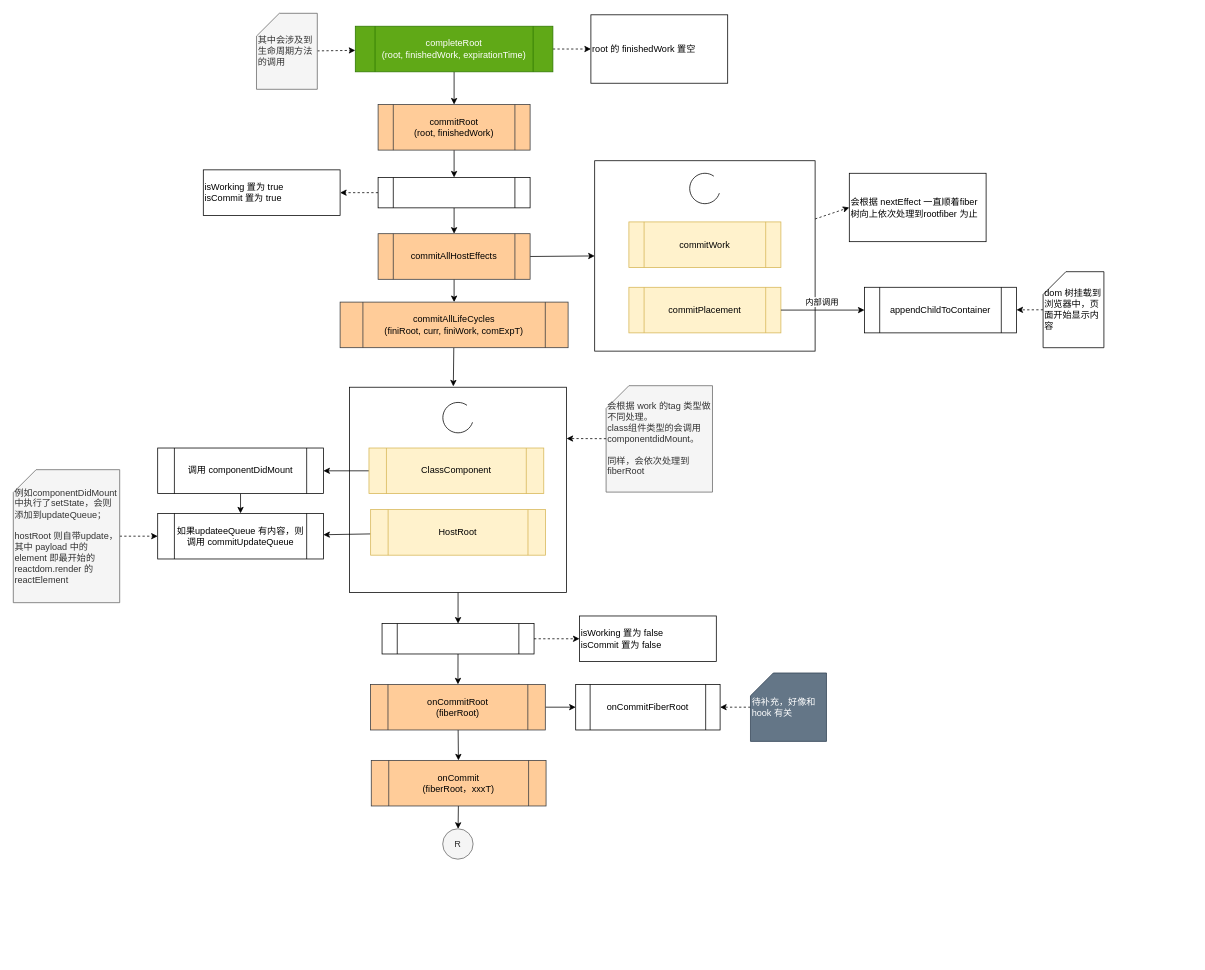
Above: page "completeRoot" (4 of 9) of react/example03/flow.drawio in ZhiCYue/draw.io (draw.io), before the change. Source tidied: cells renumbered, new cells numbered last; positions are measured from the earlier drawing's top-left corner, leaving out a move shared by most shapes. Both pictures are drawn from the tidied source at 76%, with x=0, y=0 at pixel (13, 13).
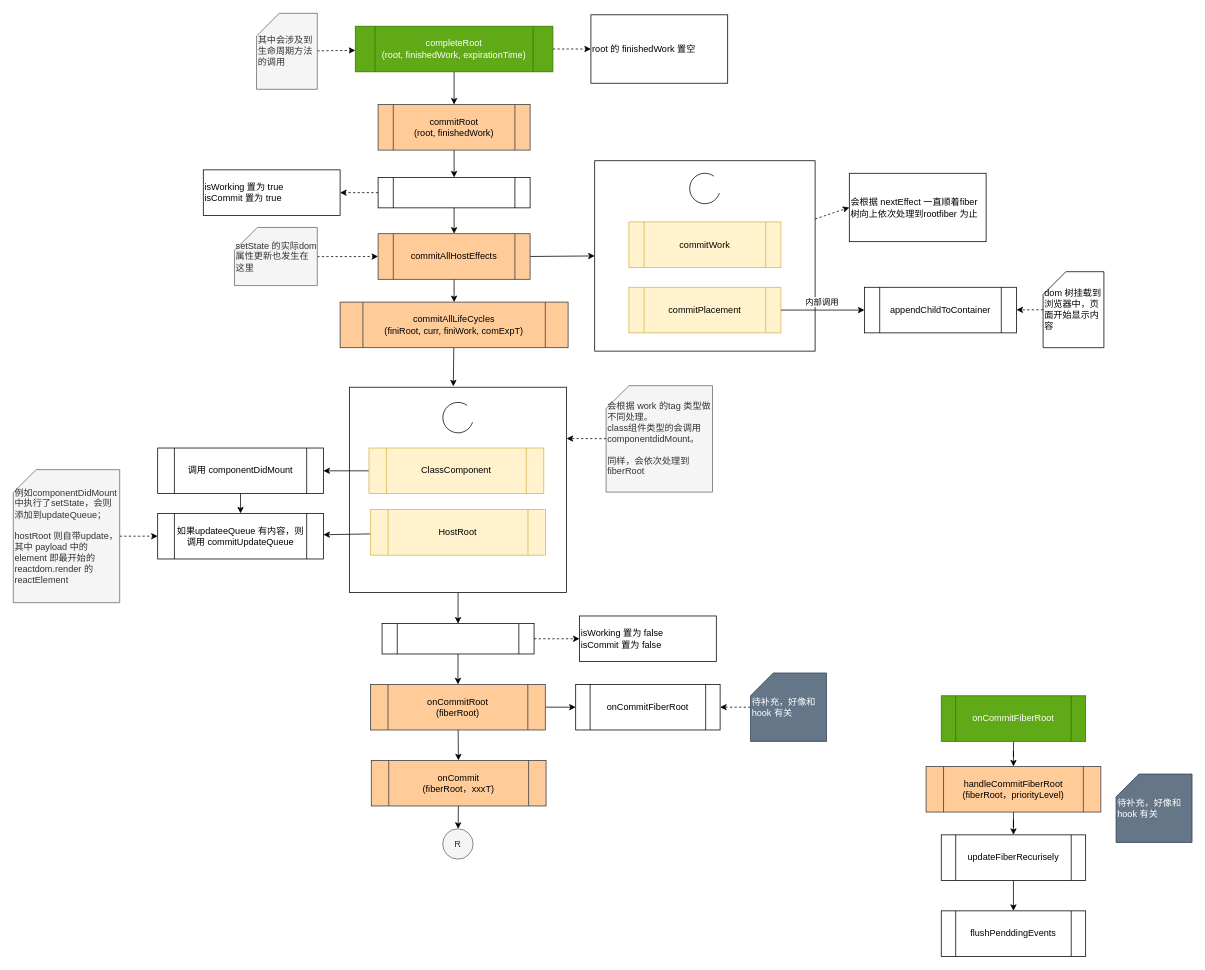
The same page after the edit.

Unchanged cells that the change refers to:
```xml
<mxCell id="18" value="commitAllHostEffects" style="shape=process;whiteSpace=wrap;html=1;backgroundOutline=1;fillColor=#ffcc99;strokeColor=#36393d;" parent="1" vertex="1">
  <mxGeometry x="480" y="290" width="200" height="60" as="geometry" />
</mxCell>
```

Change to the diagram source:
```diff
@@
+    <mxCell id="57" style="edgeStyle=orthogonalEdgeStyle;rounded=0;jettySize=auto;html=1;dashed=1;" parent="1" edge="1" source="58" target="18">
+      <mxGeometry relative="1" as="geometry" />
+    </mxCell>
+    <mxCell id="58" value="setState 的实际dom 属性更新也发生在这里" style="shape=card;whiteSpace=wrap;html=1;align=left;fillColor=#f5f5f5;strokeColor=#666666;fontColor=#333333;" parent="1" vertex="1">
+      <mxGeometry x="291" y="281.8" width="109" height="76.5" as="geometry" />
+    </mxCell>
+    <mxCell id="59" style="edgeStyle=orthogonalEdgeStyle;rounded=0;jettySize=auto;html=1;" parent="1" edge="1" source="60" target="62">
+      <mxGeometry relative="1" as="geometry" />
+    </mxCell>
+    <mxCell id="60" value="onCommitFiberRoot" style="shape=process;whiteSpace=wrap;html=1;backgroundOutline=1;fillColor=#60a917;strokeColor=#2D7600;fontColor=#ffffff;" parent="1" vertex="1">
+      <mxGeometry x="1221" y="898" width="190" height="60" as="geometry" />
+    </mxCell>
+    <mxCell id="61" style="edgeStyle=orthogonalEdgeStyle;rounded=0;jettySize=auto;html=1;" parent="1" edge="1" source="62" target="64">
+      <mxGeometry relative="1" as="geometry" />
+    </mxCell>
+    <mxCell id="62" value="handleCommitFiberRoot&lt;br&gt;(fiberRoot，priorityLevel)" style="shape=process;whiteSpace=wrap;html=1;backgroundOutline=1;fillColor=#ffcc99;strokeColor=#36393d;" parent="1" vertex="1">
+      <mxGeometry x="1201" y="991" width="230" height="60" as="geometry" />
+    </mxCell>
+    <mxCell id="63" style="edgeStyle=orthogonalEdgeStyle;rounded=0;jettySize=auto;html=1;" parent="1" edge="1" source="64" target="65">
+      <mxGeometry relative="1" as="geometry" />
+    </mxCell>
+    <mxCell id="64" value="updateFiberRecurisely" style="shape=process;whiteSpace=wrap;html=1;backgroundOutline=1;" parent="1" vertex="1">
+      <mxGeometry x="1221" y="1081" width="190" height="60" as="geometry" />
+    </mxCell>
+    <mxCell id="65" value="flushPenddingEvents" style="shape=process;whiteSpace=wrap;html=1;backgroundOutline=1;" parent="1" vertex="1">
+      <mxGeometry x="1221" y="1181" width="190" height="60" as="geometry" />
+    </mxCell>
+    <mxCell id="66" value="待补充，好像和 hook 有关" style="shape=card;whiteSpace=wrap;html=1;align=left;fillColor=#647687;strokeColor=#314354;fontColor=#ffffff;" parent="1" vertex="1">
+      <mxGeometry x="1451" y="1001" width="100" height="90" as="geometry" />
+    </mxCell>
```
